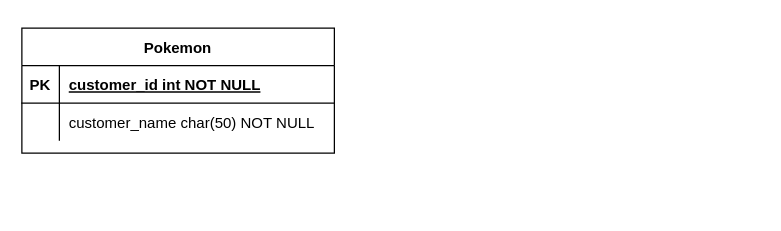
YaolinTan/test keeps this draw.io diagram as Untitled Diagram.drawio. Above is the earlier version. Source tidied: cells renumbered, new cells numbered last; positions are measured from the earlier drawing's top-left corner, leaving out a move shared by most shapes. Both pictures are drawn from the tidied source at 125%, with x=0, y=0 at pixel (21, 28).
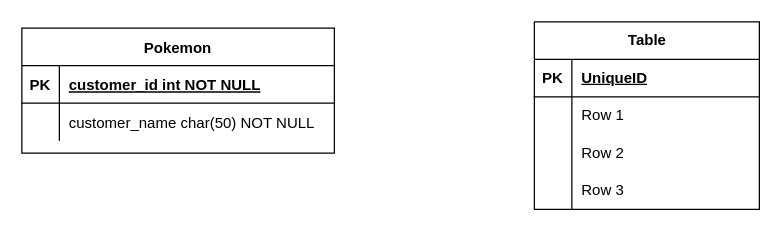
Above is the later version.

Change to the diagram source:
```diff
@@
+    <mxCell id="9" value="Table" style="shape=table;startSize=30;childLayout=tableLayout;rowLines=0;fontStyle=1;align=center;html=1;" parent="1" vertex="1">
+      <mxGeometry x="410" y="-5" width="180" height="150" as="geometry" />
+    </mxCell>
+    <mxCell id="10" style="shape=tableRow;horizontal=0;startSize=0;swimlaneHead=0;swimlaneBody=0;fillColor=none;top=0;left=0;right=0;bottom=1;" parent="9" vertex="1">
+      <mxGeometry y="30" width="180" height="30" as="geometry" />
+    </mxCell>
+    <mxCell id="11" value="PK" style="shape=partialRectangle;fillColor=none;top=0;left=0;bottom=0;right=0;fontStyle=1;overflow=hidden;whiteSpace=wrap;html=1;" parent="10" vertex="1">
+      <mxGeometry width="30" height="30" as="geometry" />
+    </mxCell>
+    <mxCell id="12" value="UniqueID" style="shape=partialRectangle;fillColor=none;top=0;left=0;bottom=0;right=0;align=left;spacingLeft=6;fontStyle=5;overflow=hidden;whiteSpace=wrap;html=1;" parent="10" vertex="1">
+      <mxGeometry x="30" width="150" height="30" as="geometry" />
+    </mxCell>
+    <mxCell id="13" style="shape=tableRow;horizontal=0;startSize=0;swimlaneHead=0;swimlaneBody=0;fillColor=none;top=0;left=0;right=0;bottom=0;" parent="9" vertex="1">
+      <mxGeometry y="60" width="180" height="30" as="geometry" />
+    </mxCell>
+    <mxCell id="14" style="shape=partialRectangle;fillColor=none;top=0;left=0;bottom=0;right=0;overflow=hidden;whiteSpace=wrap;html=1;" parent="13" vertex="1">
+      <mxGeometry width="30" height="30" as="geometry" />
+    </mxCell>
+    <mxCell id="15" value="Row 1" style="shape=partialRectangle;fillColor=none;top=0;left=0;bottom=0;right=0;align=left;spacingLeft=6;overflow=hidden;whiteSpace=wrap;html=1;" parent="13" vertex="1">
+      <mxGeometry x="30" width="150" height="30" as="geometry" />
+    </mxCell>
+    <mxCell id="16" style="shape=tableRow;horizontal=0;startSize=0;swimlaneHead=0;swimlaneBody=0;fillColor=none;top=0;left=0;right=0;bottom=0;" parent="9" vertex="1">
+      <mxGeometry y="90" width="180" height="30" as="geometry" />
+    </mxCell>
+    <mxCell id="17" style="shape=partialRectangle;fillColor=none;top=0;left=0;bottom=0;right=0;overflow=hidden;whiteSpace=wrap;html=1;" parent="16" vertex="1">
+      <mxGeometry width="30" height="30" as="geometry" />
+    </mxCell>
+    <mxCell id="18" value="Row 2" style="shape=partialRectangle;fillColor=none;top=0;left=0;bottom=0;right=0;align=left;spacingLeft=6;overflow=hidden;whiteSpace=wrap;html=1;" parent="16" vertex="1">
+      <mxGeometry x="30" width="150" height="30" as="geometry" />
+    </mxCell>
+    <mxCell id="19" style="shape=tableRow;horizontal=0;startSize=0;swimlaneHead=0;swimlaneBody=0;fillColor=none;top=0;left=0;right=0;bottom=0;" parent="9" vertex="1">
+      <mxGeometry y="120" width="180" height="30" as="geometry" />
+    </mxCell>
+    <mxCell id="20" style="shape=partialRectangle;fillColor=none;top=0;left=0;bottom=0;right=0;overflow=hidden;whiteSpace=wrap;html=1;" parent="19" vertex="1">
+      <mxGeometry width="30" height="30" as="geometry" />
+    </mxCell>
+    <mxCell id="21" value="Row 3" style="shape=partialRectangle;fillColor=none;top=0;left=0;bottom=0;right=0;align=left;spacingLeft=6;overflow=hidden;whiteSpace=wrap;html=1;" parent="19" vertex="1">
+      <mxGeometry x="30" width="150" height="30" as="geometry" />
+    </mxCell>
```
